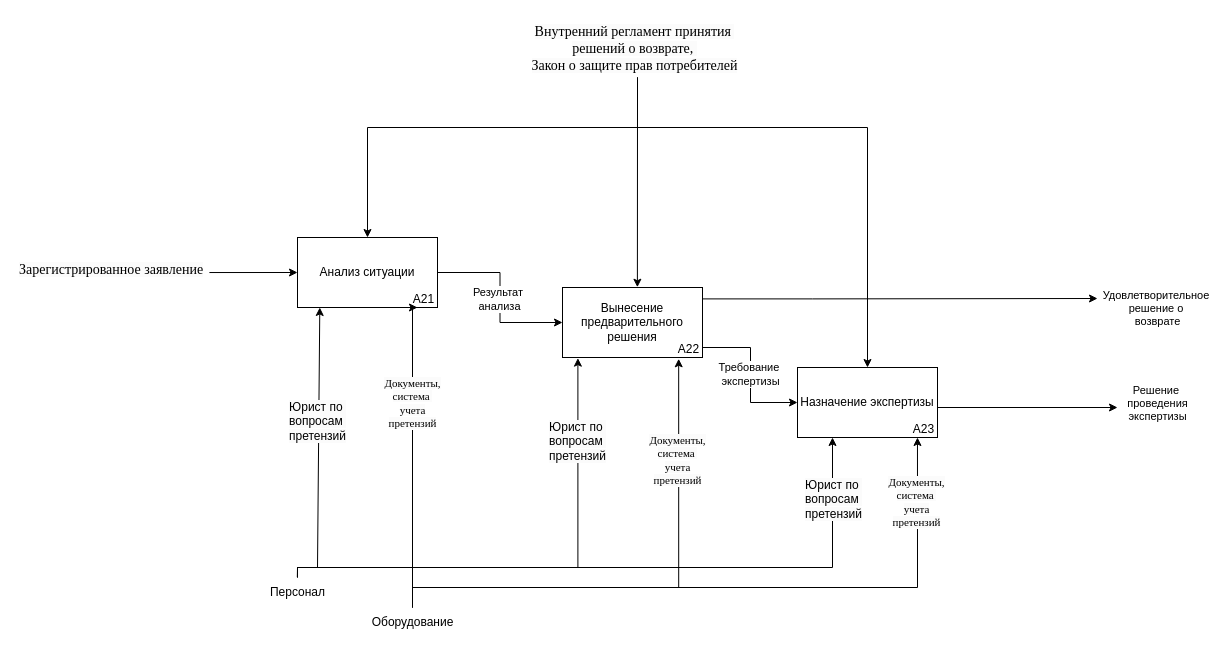
Before: page "A2" (4 of 7) of LAB_2/MIABP_LAB_2.drawio in rxzzd/miabp, a draw.io diagram. Source tidied: cells renumbered, new cells numbered last; positions are measured from the earlier drawing's top-left corner, leaving out a move shared by most shapes. Both pictures are drawn from the tidied source at 100%, with x=0, y=0 at pixel (17, 17).
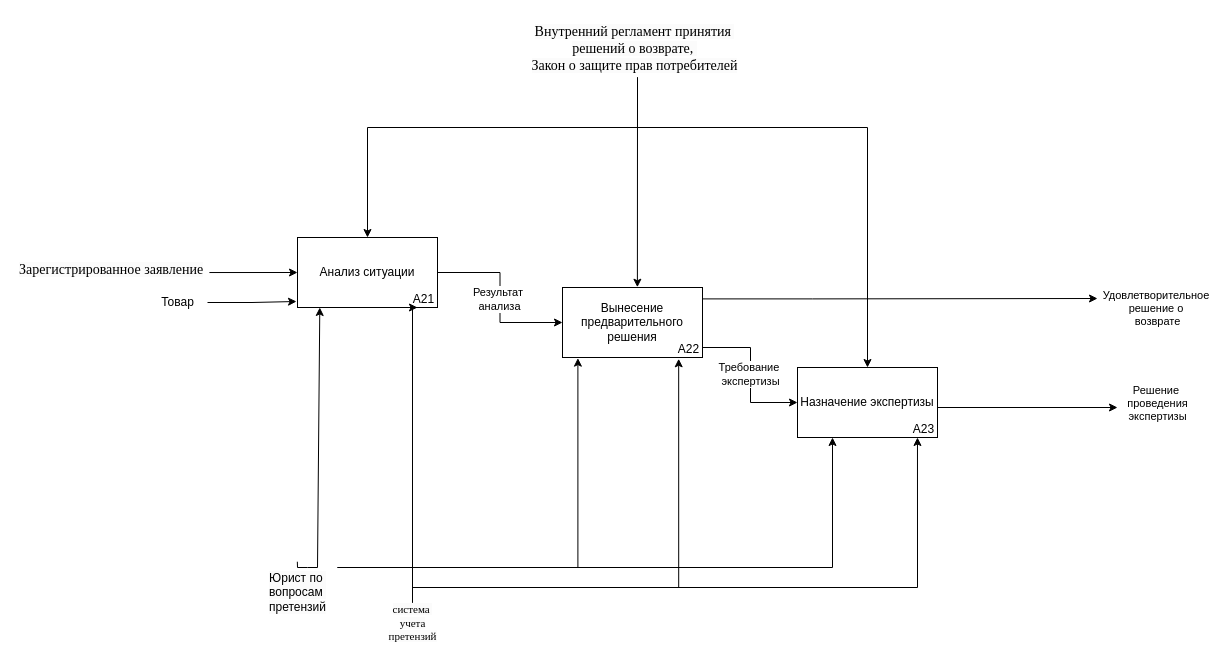
Above is the later version.

Unchanged cells that the change refers to:
```xml
<mxCell id="4" value="A21" style="text;html=1;align=center;verticalAlign=middle;whiteSpace=wrap;rounded=0;" parent="2" vertex="1">
  <mxGeometry x="113.3" y="53.3" width="26.7" height="16.7" as="geometry" />
</mxCell>
<mxCell id="5" style="edgeStyle=orthogonalEdgeStyle;rounded=0;jettySize=auto;html=1;entryX=0.11;entryY=1.009;entryDx=0;entryDy=0;entryPerimeter=0;" parent="1" edge="1" source="9" target="22">
  <mxGeometry relative="1" as="geometry">
    <Array as="points">
      <mxPoint x="280" y="550" />
      <mxPoint x="560" y="550" />
      <mxPoint x="560" y="341" />
    </Array>
  </mxGeometry>
</mxCell>
<mxCell id="7" style="edgeStyle=orthogonalEdgeStyle;rounded=0;jettySize=auto;html=1;entryX=0.25;entryY=1;entryDx=0;entryDy=0;" parent="1" edge="1" source="9" target="29">
  <mxGeometry relative="1" as="geometry">
    <Array as="points">
      <mxPoint x="280" y="550" />
      <mxPoint x="815" y="550" />
    </Array>
  </mxGeometry>
</mxCell>
<mxCell id="10" style="endArrow=classic;html=1;rounded=0;exitX=0.498;exitY=-0.013;exitDx=0;exitDy=0;exitPerimeter=0;" parent="1" edge="1" source="9">
  <mxGeometry relative="1" as="geometry">
    <mxPoint x="302.3" y="290" as="targetPoint" />
    <Array as="points">
      <mxPoint x="280" y="550" />
      <mxPoint x="290" y="550" />
      <mxPoint x="300" y="550" />
    </Array>
  </mxGeometry>
</mxCell>
<mxCell id="15" style="edgeStyle=orthogonalEdgeStyle;rounded=0;jettySize=auto;html=1;entryX=0.25;entryY=1;entryDx=0;entryDy=0;" parent="1" edge="1" source="17" target="30">
  <mxGeometry relative="1" as="geometry">
    <Array as="points">
      <mxPoint x="395" y="570" />
      <mxPoint x="900" y="570" />
    </Array>
  </mxGeometry>
</mxCell>
<mxCell id="36" style="edgeStyle=orthogonalEdgeStyle;rounded=0;jettySize=auto;html=1;entryX=0.108;entryY=1.078;entryDx=0;entryDy=0;entryPerimeter=0;" parent="1" edge="1" source="17" target="23">
  <mxGeometry relative="1" as="geometry">
    <Array as="points">
      <mxPoint x="395" y="570" />
      <mxPoint x="661" y="570" />
    </Array>
  </mxGeometry>
</mxCell>
```

What changed in the source:
```diff
@@
-    <mxCell id="6" value="&lt;span style=&quot;text-wrap-mode: wrap; font-size: 12px; background-color: rgb(251, 251, 251);&quot;&gt;Юрист по&amp;nbsp;&lt;/span&gt;&lt;div&gt;&lt;span style=&quot;font-size: 12px; text-wrap-mode: wrap; background-color: rgb(251, 251, 251);&quot;&gt;вопросам&amp;nbsp;&lt;/span&gt;&lt;div&gt;&lt;span style=&quot;font-size: 12px; text-wrap-mode: wrap; background-color: rgb(251, 251, 251);&quot;&gt;претензий&lt;/span&gt;&lt;/div&gt;&lt;/div&gt;" style="edgeLabel;html=1;align=center;verticalAlign=middle;" parent="5" vertex="1">
-      <mxGeometry x="0.67" y="1" relative="1" as="geometry" />
-    </mxCell>
@@
-    <mxCell id="8" value="&lt;span style=&quot;text-wrap-mode: wrap; font-size: 12px; background-color: rgb(251, 251, 251);&quot;&gt;Юрист по&amp;nbsp;&lt;/span&gt;&lt;div&gt;&lt;span style=&quot;font-size: 12px; text-wrap-mode: wrap; background-color: rgb(251, 251, 251);&quot;&gt;вопросам&amp;nbsp;&lt;/span&gt;&lt;div&gt;&lt;span style=&quot;font-size: 12px; text-wrap-mode: wrap; background-color: rgb(251, 251, 251);&quot;&gt;претензий&lt;/span&gt;&lt;/div&gt;&lt;/div&gt;" style="edgeLabel;html=1;align=center;verticalAlign=middle;" parent="7" vertex="1">
-      <mxGeometry x="0.86" relative="1" as="geometry">
-        <mxPoint y="14" as="offset" />
-      </mxGeometry>
-    </mxCell>
-    <mxCell id="9" value="Персонал" style="text;html=1;align=center;verticalAlign=middle;points=[];strokeColor=none;fillColor=none;" parent="1" vertex="1">
-      <mxGeometry x="240" y="560" width="80" height="30" as="geometry" />
+    <mxCell id="9" value="&lt;span style=&quot;text-wrap-mode: wrap; background-color: rgb(251, 251, 251);&quot;&gt;Юрист по&amp;nbsp;&lt;/span&gt;&lt;div style=&quot;font-size: 11px;&quot;&gt;&lt;span style=&quot;font-size: 12px; text-wrap-mode: wrap; background-color: rgb(251, 251, 251);&quot;&gt;вопросам&amp;nbsp;&lt;/span&gt;&lt;div&gt;&lt;span style=&quot;font-size: 12px; text-wrap-mode: wrap; background-color: rgb(251, 251, 251);&quot;&gt;претензий&lt;/span&gt;&lt;/div&gt;&lt;/div&gt;" style="text;html=1;align=center;verticalAlign=middle;points=[];strokeColor=none;fillColor=none;" parent="1" vertex="1">
+      <mxGeometry x="240" y="545" width="80" height="60" as="geometry" />
     </mxCell>
@@
-    <mxCell id="11" value="&lt;span style=&quot;font-size: 12px; text-wrap-mode: wrap; background-color: rgb(251, 251, 251);&quot;&gt;Юрист по&amp;nbsp;&lt;/span&gt;&lt;div&gt;&lt;span style=&quot;font-size: 12px; text-wrap-mode: wrap; background-color: rgb(251, 251, 251);&quot;&gt;вопросам&amp;nbsp;&lt;/span&gt;&lt;div&gt;&lt;span style=&quot;font-size: 12px; text-wrap-mode: wrap; background-color: rgb(251, 251, 251);&quot;&gt;претензий&lt;/span&gt;&lt;/div&gt;&lt;/div&gt;" style="edgeLabel;html=1;align=center;verticalAlign=middle;" parent="10" vertex="1">
-      <mxGeometry x="0.4" y="-2" relative="1" as="geometry">
-        <mxPoint x="-4" y="27" as="offset" />
-      </mxGeometry>
-    </mxCell>
@@
-    <mxCell id="14" value="&lt;span style=&quot;font-family: &amp;quot;Times New Roman&amp;quot;; text-align: left; text-wrap-mode: wrap; background-color: rgb(251, 251, 251);&quot;&gt;&lt;font&gt;Документы, система&amp;nbsp;&lt;/font&gt;&lt;/span&gt;&lt;div&gt;&lt;span style=&quot;font-family: &amp;quot;Times New Roman&amp;quot;; text-align: left; text-wrap-mode: wrap; background-color: rgb(251, 251, 251);&quot;&gt;&lt;font&gt;учета претензий&lt;/font&gt;&lt;/span&gt;&lt;/div&gt;" style="edgeStyle=orthogonalEdgeStyle;rounded=0;jettySize=auto;html=1;entryX=0.25;entryY=1;entryDx=0;entryDy=0;entryPerimeter=0;" parent="1" edge="1" source="17" target="4">
+    <mxCell id="14" style="edgeStyle=orthogonalEdgeStyle;rounded=0;jettySize=auto;html=1;entryX=0.25;entryY=1;entryDx=0;entryDy=0;entryPerimeter=0;" parent="1" edge="1" source="17" target="4">
       <mxGeometry x="0.34" relative="1" as="geometry">
         <Array as="points">
           <mxPoint x="395" y="290" />
         </Array>
       </mxGeometry>
     </mxCell>
@@
-    <mxCell id="16" value="&lt;span style=&quot;text-wrap-mode: wrap; font-family: &amp;quot;Times New Roman&amp;quot;; text-align: left; background-color: rgb(251, 251, 251);&quot;&gt;Документы, система&amp;nbsp;&lt;/span&gt;&lt;div&gt;&lt;span style=&quot;font-family: &amp;quot;Times New Roman&amp;quot;; text-align: left; text-wrap-mode: wrap; background-color: rgb(251, 251, 251);&quot;&gt;учета претензий&lt;/span&gt;&lt;/div&gt;" style="edgeLabel;html=1;align=center;verticalAlign=middle;" parent="15" vertex="1">
-      <mxGeometry x="0.81" y="1" relative="1" as="geometry" />
-    </mxCell>
-    <mxCell id="17" value="Оборудование" style="text;html=1;align=center;verticalAlign=middle;points=[];strokeColor=none;fillColor=none;" parent="1" vertex="1">
-      <mxGeometry x="340" y="590" width="110" height="30" as="geometry" />
+    <mxCell id="17" value="&lt;span style=&quot;font-size: 11px; text-wrap-mode: wrap; font-family: &amp;quot;Times New Roman&amp;quot;; text-align: left; background-color: rgb(251, 251, 251);&quot;&gt;система&amp;nbsp;&lt;/span&gt;&lt;div style=&quot;font-size: 11px;&quot;&gt;&lt;span style=&quot;font-family: &amp;quot;Times New Roman&amp;quot;; text-align: left; text-wrap-mode: wrap; background-color: rgb(251, 251, 251);&quot;&gt;учета претензий&lt;/span&gt;&lt;/div&gt;" style="text;html=1;align=center;verticalAlign=middle;points=[];strokeColor=none;fillColor=none;" parent="1" vertex="1">
+      <mxGeometry x="345" y="585" width="100" height="40" as="geometry" />
     </mxCell>
@@
-    <mxCell id="37" value="&lt;span style=&quot;text-wrap-mode: wrap; font-family: &amp;quot;Times New Roman&amp;quot;; text-align: left; background-color: rgb(251, 251, 251);&quot;&gt;Документы, система&amp;nbsp;&lt;/span&gt;&lt;div&gt;&lt;span style=&quot;font-family: &amp;quot;Times New Roman&amp;quot;; text-align: left; text-wrap-mode: wrap; background-color: rgb(251, 251, 251);&quot;&gt;учета претензий&lt;/span&gt;&lt;/div&gt;" style="edgeLabel;html=1;align=center;verticalAlign=middle;" parent="36" vertex="1">
-      <mxGeometry x="0.61" y="2" relative="1" as="geometry" />
-    </mxCell>
+    <mxCell id="38" value="Товар" style="text;html=1;align=center;verticalAlign=middle;points=[];strokeColor=none;fillColor=none;" parent="1" vertex="1">
+      <mxGeometry x="130" y="270" width="60" height="30" as="geometry" />
+    </mxCell>
+    <mxCell id="39" style="edgeStyle=orthogonalEdgeStyle;rounded=0;jettySize=auto;html=1;entryX=-0.009;entryY=0.918;entryDx=0;entryDy=0;entryPerimeter=0;" parent="1" edge="1" source="38">
+      <mxGeometry relative="1" as="geometry">
+        <mxPoint x="279" y="284" as="targetPoint" />
+      </mxGeometry>
+    </mxCell>
```
